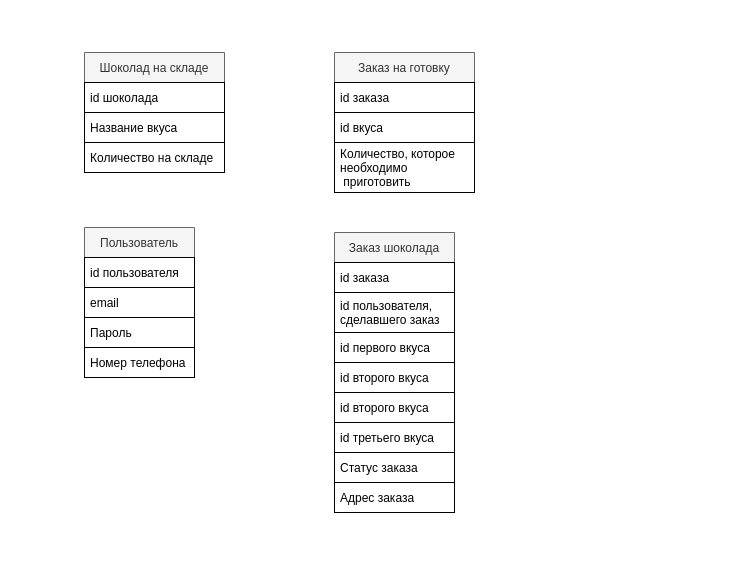
The draw.io diagram resource-images/er-diagram.drawio in frobbery/chocolate-shop, before the edit. Source tidied: cells renumbered, new cells numbered last; positions are measured from the earlier drawing's top-left corner, leaving out a move shared by most shapes. Both pictures are drawn from the tidied source at 100%, with x=0, y=0 at pixel (84, 52).
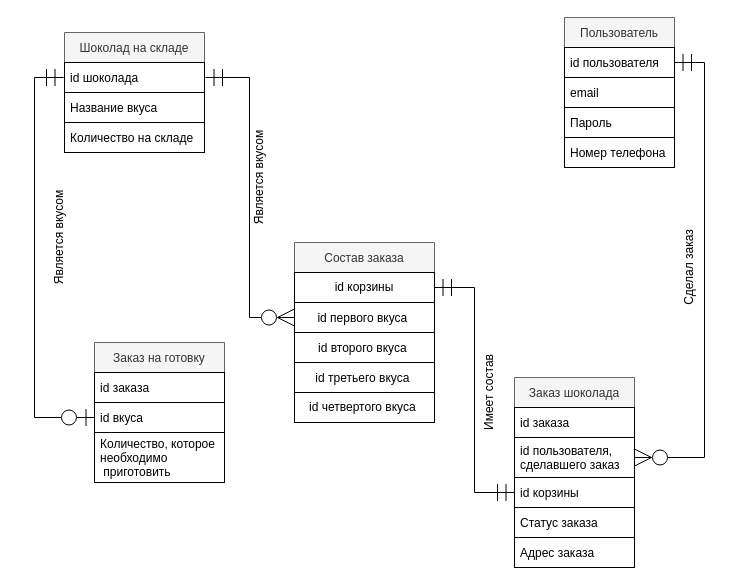
After the change.

The change refers to these unchanged cells:
```xml
<mxCell id="3" value="id шоколада" style="text;strokeColor=default;fillColor=none;align=left;verticalAlign=middle;spacingLeft=4;spacingRight=4;overflow=hidden;points=[[0,0.5],[1,0.5]];portConstraint=eastwest;perimeterSpacing=1;" parent="2" vertex="1">
  <mxGeometry y="30" width="140" height="30" as="geometry" />
</mxCell>
<mxCell id="22" value="id пользователя" style="text;strokeColor=default;fillColor=none;align=left;verticalAlign=middle;spacingLeft=4;spacingRight=4;overflow=hidden;points=[[0,0.5],[1,0.5]];portConstraint=eastwest;labelBackgroundColor=none;" parent="21" vertex="1">
  <mxGeometry y="30" width="110" height="30" as="geometry" />
</mxCell>
```

Change to the diagram source:
```diff
@@
     <mxCell id="2" value="Шоколад на складе" style="swimlane;fontStyle=0;horizontal=1;startSize=30;labelBackgroundColor=none;fillColor=#f5f5f5;fontColor=#333333;strokeColor=#666666;" parent="1" vertex="1">
-      <mxGeometry width="140" height="120" as="geometry" />
+      <mxGeometry x="-20" y="-20" width="140" height="120" as="geometry" />
     </mxCell>
@@
     <mxCell id="6" value="Заказ на готовку" style="swimlane;fontStyle=0;horizontal=1;startSize=30;fillColor=#f5f5f5;fontColor=#333333;strokeColor=#666666;" parent="1" vertex="1">
-      <mxGeometry x="250" width="140" height="140" as="geometry" />
+      <mxGeometry x="10" y="290" width="130" height="140" as="geometry" />
     </mxCell>
     <mxCell id="7" value="id заказа" style="text;strokeColor=default;fillColor=none;align=left;verticalAlign=middle;spacingLeft=4;spacingRight=4;overflow=hidden;" parent="6" vertex="1">
-      <mxGeometry y="30" width="140" height="30" as="geometry" />
+      <mxGeometry y="30" width="130" height="30" as="geometry" />
     </mxCell>
     <mxCell id="8" value="id вкуса" style="text;strokeColor=default;fillColor=none;align=left;verticalAlign=middle;spacingLeft=4;spacingRight=4;overflow=hidden;points=[[0,0.5],[1,0.5]];portConstraint=eastwest;" parent="6" vertex="1">
-      <mxGeometry y="60" width="140" height="30" as="geometry" />
+      <mxGeometry y="60" width="130" height="30" as="geometry" />
     </mxCell>
     <mxCell id="9" value="Количество, которое&#10;необходимо&#10; приготовить" style="text;strokeColor=default;fillColor=none;align=left;verticalAlign=middle;spacingLeft=4;spacingRight=4;overflow=hidden;" parent="6" vertex="1">
-      <mxGeometry y="90" width="140" height="50" as="geometry" />
+      <mxGeometry y="90" width="130" height="50" as="geometry" />
     </mxCell>
-    <mxCell id="10" style="group;" parent="1" vertex="1">
-      <mxGeometry x="250" y="180" width="120" height="280" as="geometry" />
-    </mxCell>
-    <mxCell id="11" value="Заказ шоколада" style="swimlane;fontStyle=0;horizontal=1;startSize=30;labelBackgroundColor=none;strokeColor=#666666;fillColor=#f5f5f5;fontColor=#333333;" parent="10" vertex="1">
-      <mxGeometry width="120" height="130" as="geometry" />
-    </mxCell>
-    <mxCell id="12" value="id заказа" style="text;strokeColor=default;fillColor=none;align=left;verticalAlign=middle;spacingLeft=4;spacingRight=4;overflow=hidden;labelBackgroundColor=none;" parent="11" vertex="1">
-      <mxGeometry y="30" width="120" height="30" as="geometry" />
-    </mxCell>
-    <mxCell id="13" value="id пользователя,&#10;сделавшего заказ" style="text;strokeColor=default;fillColor=none;align=left;verticalAlign=middle;spacingLeft=4;spacingRight=4;overflow=hidden;points=[[0,0.5],[1,0.5]];portConstraint=eastwest;labelBackgroundColor=none;" parent="11" vertex="1">
-      <mxGeometry y="60" width="120" height="40" as="geometry" />
-    </mxCell>
-    <mxCell id="14" value="id первого вкуса " style="text;strokeColor=default;fillColor=none;align=left;verticalAlign=middle;spacingLeft=4;spacingRight=4;overflow=hidden;points=[[0,0.5],[1,0.5]];portConstraint=eastwest;labelBackgroundColor=none;" parent="11" vertex="1">
-      <mxGeometry y="100" width="120" height="30" as="geometry" />
-    </mxCell>
-    <mxCell id="15" value="id второго вкуса" style="text;strokeColor=default;fillColor=none;align=left;verticalAlign=middle;spacingLeft=4;spacingRight=4;overflow=hidden;labelBackgroundColor=none;" parent="10" vertex="1">
-      <mxGeometry y="130" width="120" height="30" as="geometry" />
-    </mxCell>
-    <mxCell id="16" value="id второго вкуса" style="text;strokeColor=default;fillColor=none;align=left;verticalAlign=middle;spacingLeft=4;spacingRight=4;overflow=hidden;labelBackgroundColor=none;" parent="10" vertex="1">
-      <mxGeometry y="160" width="120" height="30" as="geometry" />
-    </mxCell>
-    <mxCell id="17" value="id третьего вкуса" style="text;strokeColor=default;fillColor=none;align=left;verticalAlign=middle;spacingLeft=4;spacingRight=4;overflow=hidden;labelBackgroundColor=none;" parent="10" vertex="1">
-      <mxGeometry y="190" width="120" height="30" as="geometry" />
-    </mxCell>
-    <mxCell id="18" value="Статус заказа" style="text;strokeColor=default;fillColor=none;align=left;verticalAlign=middle;spacingLeft=4;spacingRight=4;overflow=hidden;labelBackgroundColor=none;" parent="10" vertex="1">
-      <mxGeometry y="220" width="120" height="30" as="geometry" />
-    </mxCell>
-    <mxCell id="19" value="Адрес заказа" style="text;strokeColor=default;fillColor=none;align=left;verticalAlign=middle;spacingLeft=4;spacingRight=4;overflow=hidden;labelBackgroundColor=none;" parent="10" vertex="1">
-      <mxGeometry y="250" width="120" height="30" as="geometry" />
-    </mxCell>
     <mxCell id="20" style="group;" parent="1" vertex="1">
-      <mxGeometry y="175" width="110" height="150" as="geometry" />
+      <mxGeometry x="480" y="-35" width="110" height="150" as="geometry" />
     </mxCell>
@@
+    <mxCell id="26" style="edgeStyle=orthogonalEdgeStyle;rounded=0;orthogonalLoop=1;jettySize=auto;html=1;" parent="1" edge="1">
+      <mxGeometry relative="1" as="geometry">
+        <mxPoint x="142" y="40" as="sourcePoint" />
+        <mxPoint x="142" y="40" as="targetPoint" />
+      </mxGeometry>
+    </mxCell>
+    <mxCell id="27" style="edgeStyle=orthogonalEdgeStyle;rounded=0;jettySize=auto;html=1;entryX=0;entryY=0.5;entryDx=0;entryDy=0;endArrow=ERmandOne;endFill=0;startArrow=ERzeroToOne;startFill=0;targetPerimeterSpacing=0;endSize=15;startSize=15;jumpSize=0;" parent="1" edge="1" source="8" target="3">
+      <mxGeometry relative="1" as="geometry" />
+    </mxCell>
+    <mxCell id="28" value="Является вкусом" style="text;html=1;strokeColor=none;fillColor=none;align=center;verticalAlign=middle;whiteSpace=wrap;rounded=0;labelBackgroundColor=none;rotation=-90;" parent="1" vertex="1">
+      <mxGeometry x="-80" y="170" width="110" height="30" as="geometry" />
+    </mxCell>
+    <mxCell id="29" value="Состав заказа" style="swimlane;fontStyle=0;horizontal=1;startSize=30;labelBackgroundColor=none;strokeColor=#666666;fillColor=#f5f5f5;fontColor=#333333;" parent="1" vertex="1">
+      <mxGeometry x="210" y="190" width="140" height="180" as="geometry" />
+    </mxCell>
+    <mxCell id="30" value="id корзины" style="text;html=1;strokeColor=default;fillColor=none;align=center;verticalAlign=middle;whiteSpace=wrap;rounded=0;labelBackgroundColor=none;labelBorderColor=none;" parent="29" vertex="1">
+      <mxGeometry y="30" width="140" height="30" as="geometry" />
+    </mxCell>
+    <mxCell id="31" value="id первого вкуса " style="text;strokeColor=default;fillColor=none;align=center;verticalAlign=middle;spacingLeft=4;spacingRight=4;overflow=hidden;points=[[0,0.5],[1,0.5]];portConstraint=eastwest;labelBackgroundColor=none;" parent="29" vertex="1">
+      <mxGeometry y="60" width="140" height="30" as="geometry" />
+    </mxCell>
+    <mxCell id="32" value="id второго вкуса " style="text;strokeColor=default;fillColor=none;align=center;verticalAlign=middle;spacingLeft=4;spacingRight=4;overflow=hidden;labelBackgroundColor=none;" parent="29" vertex="1">
+      <mxGeometry y="90" width="140" height="30" as="geometry" />
+    </mxCell>
+    <mxCell id="17" value="id третьего вкуса " style="text;strokeColor=default;fillColor=none;align=center;verticalAlign=middle;spacingLeft=4;spacingRight=4;overflow=hidden;labelBackgroundColor=none;" parent="29" vertex="1">
+      <mxGeometry y="120" width="140" height="30" as="geometry" />
+    </mxCell>
+    <mxCell id="33" value="&lt;div&gt;&lt;span&gt;id четвертого вкуса&amp;nbsp;&lt;/span&gt;&lt;/div&gt;" style="text;html=1;strokeColor=default;fillColor=none;align=center;verticalAlign=middle;whiteSpace=wrap;rounded=0;labelBackgroundColor=none;" parent="29" vertex="1">
+      <mxGeometry y="150" width="140" height="30" as="geometry" />
+    </mxCell>
+    <mxCell id="34" style="group;" parent="1" vertex="1">
+      <mxGeometry x="430" y="325" width="120" height="190" as="geometry" />
+    </mxCell>
+    <mxCell id="15" value="Статус заказа" style="text;strokeColor=default;fillColor=none;align=left;verticalAlign=middle;spacingLeft=4;spacingRight=4;overflow=hidden;labelBackgroundColor=none;" parent="34" vertex="1">
+      <mxGeometry y="130" width="120" height="30" as="geometry" />
+    </mxCell>
+    <mxCell id="35" style="group;" parent="34" vertex="1">
+      <mxGeometry width="120" height="190" as="geometry" />
+    </mxCell>
+    <mxCell id="11" value="Заказ шоколада" style="swimlane;fontStyle=0;horizontal=1;startSize=30;labelBackgroundColor=none;strokeColor=#666666;fillColor=#f5f5f5;fontColor=#333333;" parent="35" vertex="1">
+      <mxGeometry width="120" height="130" as="geometry" />
+    </mxCell>
+    <mxCell id="12" value="id заказа" style="text;strokeColor=default;fillColor=none;align=left;verticalAlign=middle;spacingLeft=4;spacingRight=4;overflow=hidden;labelBackgroundColor=none;" parent="11" vertex="1">
+      <mxGeometry y="30" width="120" height="30" as="geometry" />
+    </mxCell>
+    <mxCell id="13" value="id пользователя,&#10;сделавшего заказ" style="text;strokeColor=default;fillColor=none;align=left;verticalAlign=middle;spacingLeft=4;spacingRight=4;overflow=hidden;points=[[0,0.5],[1,0.5]];portConstraint=eastwest;labelBackgroundColor=none;" parent="11" vertex="1">
+      <mxGeometry y="60" width="120" height="40" as="geometry" />
+    </mxCell>
+    <mxCell id="14" value="id корзины " style="text;strokeColor=default;fillColor=none;align=left;verticalAlign=middle;spacingLeft=4;spacingRight=4;overflow=hidden;points=[[0,0.5],[1,0.5]];portConstraint=eastwest;labelBackgroundColor=none;" parent="11" vertex="1">
+      <mxGeometry y="100" width="120" height="30" as="geometry" />
+    </mxCell>
+    <mxCell id="16" value="Адрес заказа" style="text;strokeColor=default;fillColor=none;align=left;verticalAlign=middle;spacingLeft=4;spacingRight=4;overflow=hidden;labelBackgroundColor=none;" parent="35" vertex="1">
+      <mxGeometry y="160" width="120" height="30" as="geometry" />
+    </mxCell>
+    <mxCell id="36" style="edgeStyle=orthogonalEdgeStyle;rounded=0;jettySize=auto;html=1;entryX=1;entryY=0.5;entryDx=0;entryDy=0;endArrow=ERmandOne;endFill=0;endSize=15;startSize=15;startArrow=ERzeroToMany;startFill=0;" parent="1" edge="1" source="13" target="22">
+      <mxGeometry x="560" y="210" as="geometry" />
+    </mxCell>
+    <mxCell id="37" style="edgeStyle=orthogonalEdgeStyle;rounded=0;sketch=0;jumpStyle=line;jumpSize=0;jettySize=auto;html=1;entryX=0;entryY=0.5;entryDx=0;entryDy=0;shadow=0;startArrow=ERmandOne;startFill=0;endArrow=ERmandOne;endFill=0;startSize=15;endSize=15;targetPerimeterSpacing=0;exitX=1;exitY=0.5;exitDx=0;exitDy=0;" parent="1" edge="1" source="30" target="14">
+      <mxGeometry relative="1" as="geometry" />
+    </mxCell>
+    <mxCell id="38" style="edgeStyle=orthogonalEdgeStyle;rounded=0;sketch=0;jumpStyle=line;jumpSize=0;jettySize=auto;html=1;entryX=0;entryY=0.5;entryDx=0;entryDy=0;shadow=0;startArrow=ERmandOne;startFill=0;endArrow=ERzeroToMany;endFill=0;startSize=15;endSize=15;targetPerimeterSpacing=0;" parent="1" edge="1" source="3" target="31">
+      <mxGeometry relative="1" as="geometry" />
+    </mxCell>
+    <mxCell id="39" value="Является вкусом" style="text;html=1;strokeColor=none;fillColor=none;align=center;verticalAlign=middle;whiteSpace=wrap;rounded=0;labelBackgroundColor=none;rotation=-90;" parent="1" vertex="1">
+      <mxGeometry x="120" y="110" width="110" height="30" as="geometry" />
+    </mxCell>
+    <mxCell id="40" value="Имеет состав" style="text;html=1;strokeColor=none;fillColor=none;align=center;verticalAlign=middle;whiteSpace=wrap;rounded=0;labelBackgroundColor=none;rotation=-90;" parent="1" vertex="1">
+      <mxGeometry x="350" y="325" width="110" height="30" as="geometry" />
+    </mxCell>
+    <mxCell id="41" value="Сделал заказ" style="text;html=1;strokeColor=none;fillColor=none;align=center;verticalAlign=middle;whiteSpace=wrap;rounded=0;labelBackgroundColor=none;rotation=-90;" parent="1" vertex="1">
+      <mxGeometry x="550" y="200" width="110" height="30" as="geometry" />
+    </mxCell>
```
